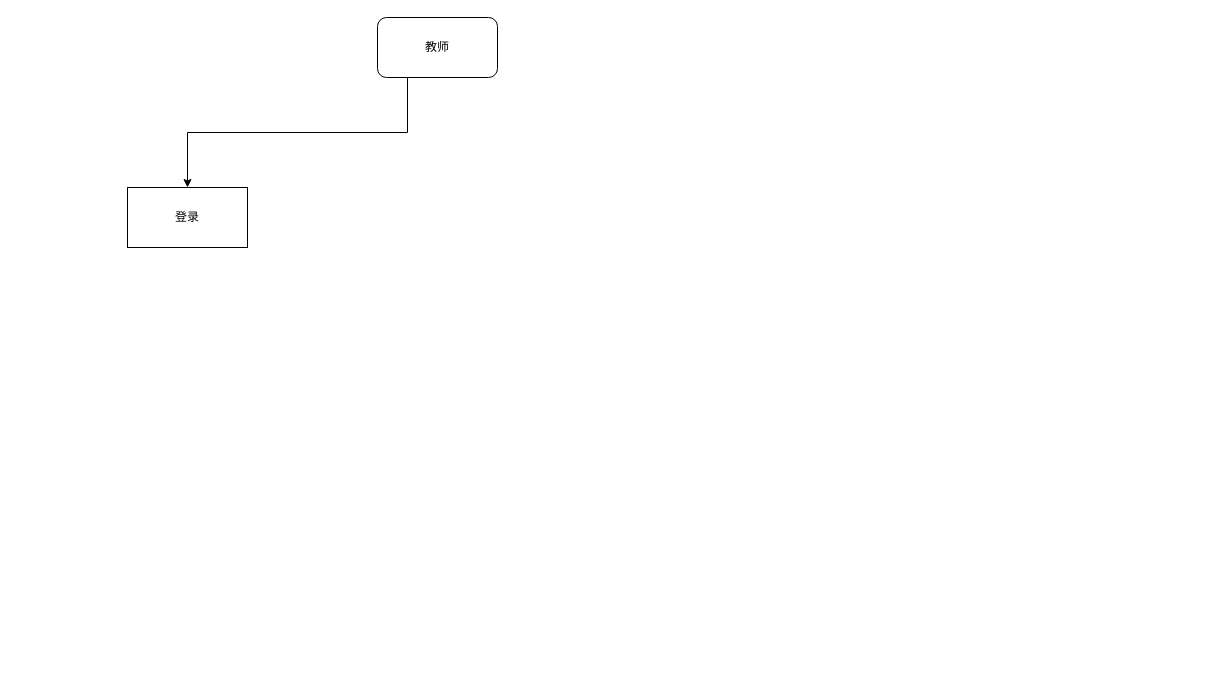
This is 项目设计/功能规划/项目功能设计.drawio from Z321T/LuminoEdu, a draw.io file, before an edit. Source tidied: cells renumbered, new cells numbered last; positions are measured from the earlier drawing's top-left corner, leaving out a move shared by most shapes. Both pictures are drawn from the tidied source at 100%, with x=0, y=0 at pixel (127, 17).
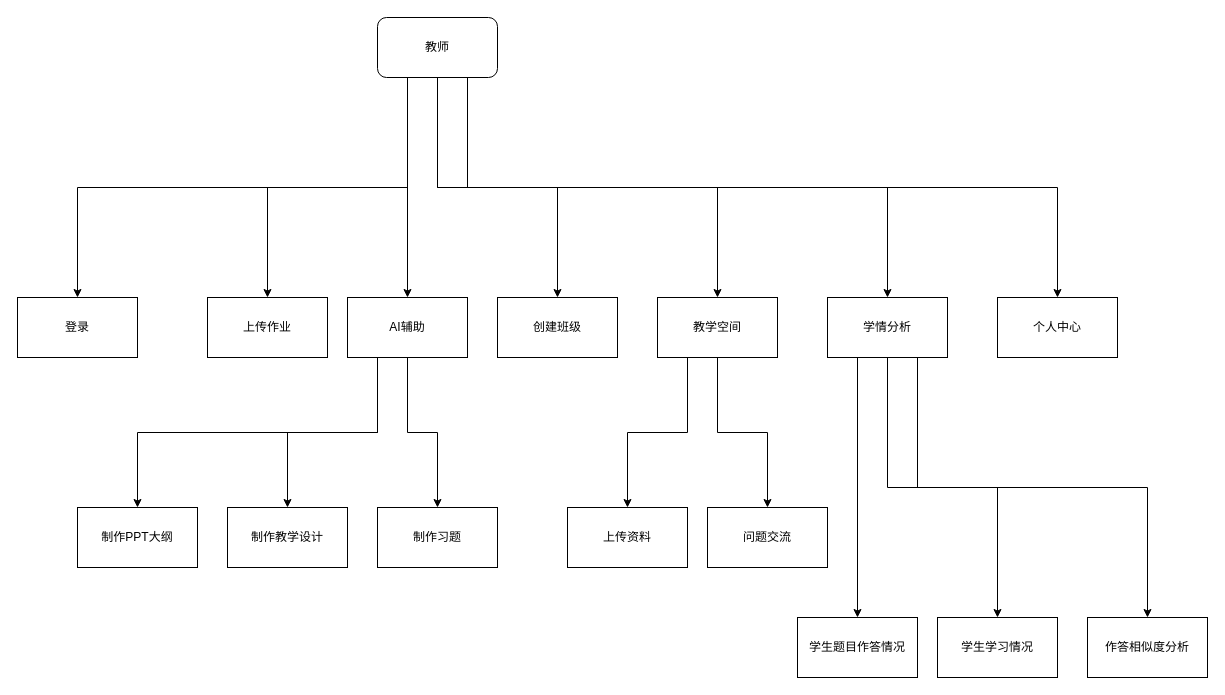
The same page after the edit.

The change refers to these unchanged cells:
```xml
<mxCell id="4" value="教师" style="rounded=1;whiteSpace=wrap;html=1;" parent="1" vertex="1">
  <mxGeometry x="250" width="120" height="60" as="geometry" />
</mxCell>
```

Change to the diagram source:
```diff
@@
     <mxCell id="2" value="登录" style="rounded=0;whiteSpace=wrap;html=1;" parent="1" vertex="1">
-      <mxGeometry y="170" width="120" height="60" as="geometry" />
+      <mxGeometry x="-110" y="280" width="120" height="60" as="geometry" />
     </mxCell>
@@
+    <mxCell id="5" style="edgeStyle=orthogonalEdgeStyle;rounded=0;jettySize=auto;html=1;exitX=0.25;exitY=1;exitDx=0;exitDy=0;entryX=0.5;entryY=0;entryDx=0;entryDy=0;" parent="1" edge="1" source="4" target="11">
+      <mxGeometry relative="1" as="geometry" />
+    </mxCell>
+    <mxCell id="6" style="edgeStyle=orthogonalEdgeStyle;rounded=0;jettySize=auto;html=1;exitX=0.25;exitY=1;exitDx=0;exitDy=0;entryX=0.5;entryY=0;entryDx=0;entryDy=0;" parent="1" edge="1" source="4" target="15">
+      <mxGeometry relative="1" as="geometry" />
+    </mxCell>
+    <mxCell id="7" style="edgeStyle=orthogonalEdgeStyle;rounded=0;jettySize=auto;html=1;exitX=0.5;exitY=1;exitDx=0;exitDy=0;entryX=0.5;entryY=0;entryDx=0;entryDy=0;" parent="1" edge="1" source="4" target="16">
+      <mxGeometry relative="1" as="geometry" />
+    </mxCell>
+    <mxCell id="8" style="edgeStyle=orthogonalEdgeStyle;rounded=0;jettySize=auto;html=1;exitX=0.5;exitY=1;exitDx=0;exitDy=0;entryX=0.5;entryY=0;entryDx=0;entryDy=0;" parent="1" edge="1" source="4" target="19">
+      <mxGeometry relative="1" as="geometry" />
+    </mxCell>
+    <mxCell id="9" style="edgeStyle=orthogonalEdgeStyle;rounded=0;jettySize=auto;html=1;exitX=0.75;exitY=1;exitDx=0;exitDy=0;entryX=0.5;entryY=0;entryDx=0;entryDy=0;" parent="1" edge="1" source="4" target="26">
+      <mxGeometry relative="1" as="geometry" />
+    </mxCell>
+    <mxCell id="10" style="edgeStyle=orthogonalEdgeStyle;rounded=0;jettySize=auto;html=1;exitX=0.75;exitY=1;exitDx=0;exitDy=0;" parent="1" edge="1" source="4" target="31">
+      <mxGeometry relative="1" as="geometry" />
+    </mxCell>
@@
+    <mxCell id="11" value="上传作业" style="rounded=0;whiteSpace=wrap;html=1;" parent="1" vertex="1">
+      <mxGeometry x="80" y="280" width="120" height="60" as="geometry" />
+    </mxCell>
+    <mxCell id="12" style="edgeStyle=orthogonalEdgeStyle;rounded=0;jettySize=auto;html=1;exitX=0.25;exitY=1;exitDx=0;exitDy=0;entryX=0.5;entryY=0;entryDx=0;entryDy=0;" parent="1" edge="1" source="15" target="20">
+      <mxGeometry relative="1" as="geometry" />
+    </mxCell>
+    <mxCell id="13" style="edgeStyle=orthogonalEdgeStyle;rounded=0;jettySize=auto;html=1;exitX=0.25;exitY=1;exitDx=0;exitDy=0;entryX=0.5;entryY=0;entryDx=0;entryDy=0;" parent="1" edge="1" source="15" target="21">
+      <mxGeometry relative="1" as="geometry" />
+    </mxCell>
+    <mxCell id="14" style="edgeStyle=orthogonalEdgeStyle;rounded=0;jettySize=auto;html=1;exitX=0.5;exitY=1;exitDx=0;exitDy=0;entryX=0.5;entryY=0;entryDx=0;entryDy=0;" parent="1" edge="1" source="15" target="22">
+      <mxGeometry relative="1" as="geometry" />
+    </mxCell>
+    <mxCell id="15" value="AI辅助" style="rounded=0;whiteSpace=wrap;html=1;" parent="1" vertex="1">
+      <mxGeometry x="220" y="280" width="120" height="60" as="geometry" />
+    </mxCell>
+    <mxCell id="16" value="创建班级" style="rounded=0;whiteSpace=wrap;html=1;" parent="1" vertex="1">
+      <mxGeometry x="370" y="280" width="120" height="60" as="geometry" />
+    </mxCell>
+    <mxCell id="17" style="edgeStyle=orthogonalEdgeStyle;rounded=0;jettySize=auto;html=1;exitX=0.25;exitY=1;exitDx=0;exitDy=0;entryX=0.5;entryY=0;entryDx=0;entryDy=0;" parent="1" edge="1" source="19" target="27">
+      <mxGeometry relative="1" as="geometry" />
+    </mxCell>
+    <mxCell id="18" style="edgeStyle=orthogonalEdgeStyle;rounded=0;jettySize=auto;html=1;exitX=0.5;exitY=1;exitDx=0;exitDy=0;entryX=0.5;entryY=0;entryDx=0;entryDy=0;" parent="1" edge="1" source="19" target="28">
+      <mxGeometry relative="1" as="geometry" />
+    </mxCell>
+    <mxCell id="19" value="教学空间" style="rounded=0;whiteSpace=wrap;html=1;" parent="1" vertex="1">
+      <mxGeometry x="530" y="280" width="120" height="60" as="geometry" />
+    </mxCell>
+    <mxCell id="20" value="制作PPT大纲" style="rounded=0;whiteSpace=wrap;html=1;" parent="1" vertex="1">
+      <mxGeometry x="-50" y="490" width="120" height="60" as="geometry" />
+    </mxCell>
+    <mxCell id="21" value="制作教学设计" style="rounded=0;whiteSpace=wrap;html=1;" parent="1" vertex="1">
+      <mxGeometry x="100" y="490" width="120" height="60" as="geometry" />
+    </mxCell>
+    <mxCell id="22" value="制作习题" style="rounded=0;whiteSpace=wrap;html=1;" parent="1" vertex="1">
+      <mxGeometry x="250" y="490" width="120" height="60" as="geometry" />
+    </mxCell>
+    <mxCell id="23" style="edgeStyle=orthogonalEdgeStyle;rounded=0;jettySize=auto;html=1;exitX=0.25;exitY=1;exitDx=0;exitDy=0;entryX=0.5;entryY=0;entryDx=0;entryDy=0;" parent="1" edge="1" source="26" target="29">
+      <mxGeometry relative="1" as="geometry" />
+    </mxCell>
+    <mxCell id="24" style="edgeStyle=orthogonalEdgeStyle;rounded=0;jettySize=auto;html=1;exitX=0.5;exitY=1;exitDx=0;exitDy=0;entryX=0.5;entryY=0;entryDx=0;entryDy=0;" parent="1" edge="1" source="26" target="30">
+      <mxGeometry relative="1" as="geometry" />
+    </mxCell>
+    <mxCell id="25" style="edgeStyle=orthogonalEdgeStyle;rounded=0;jettySize=auto;html=1;exitX=0.75;exitY=1;exitDx=0;exitDy=0;entryX=0.5;entryY=0;entryDx=0;entryDy=0;" parent="1" edge="1" source="26" target="32">
+      <mxGeometry relative="1" as="geometry" />
+    </mxCell>
+    <mxCell id="26" value="学情分析" style="rounded=0;whiteSpace=wrap;html=1;" parent="1" vertex="1">
+      <mxGeometry x="700" y="280" width="120" height="60" as="geometry" />
+    </mxCell>
+    <mxCell id="27" value="上传资料" style="rounded=0;whiteSpace=wrap;html=1;" parent="1" vertex="1">
+      <mxGeometry x="440" y="490" width="120" height="60" as="geometry" />
+    </mxCell>
+    <mxCell id="28" value="问题交流" style="rounded=0;whiteSpace=wrap;html=1;" parent="1" vertex="1">
+      <mxGeometry x="580" y="490" width="120" height="60" as="geometry" />
+    </mxCell>
+    <mxCell id="29" value="学生题目作答情况" style="rounded=0;whiteSpace=wrap;html=1;" parent="1" vertex="1">
+      <mxGeometry x="670" y="600" width="120" height="60" as="geometry" />
+    </mxCell>
+    <mxCell id="30" value="学生学习情况" style="rounded=0;whiteSpace=wrap;html=1;" parent="1" vertex="1">
+      <mxGeometry x="810" y="600" width="120" height="60" as="geometry" />
+    </mxCell>
+    <mxCell id="31" value="个人中心" style="rounded=0;whiteSpace=wrap;html=1;" parent="1" vertex="1">
+      <mxGeometry x="870" y="280" width="120" height="60" as="geometry" />
+    </mxCell>
+    <mxCell id="32" value="作答相似度分析" style="rounded=0;whiteSpace=wrap;html=1;" parent="1" vertex="1">
+      <mxGeometry x="960" y="600" width="120" height="60" as="geometry" />
+    </mxCell>
```
